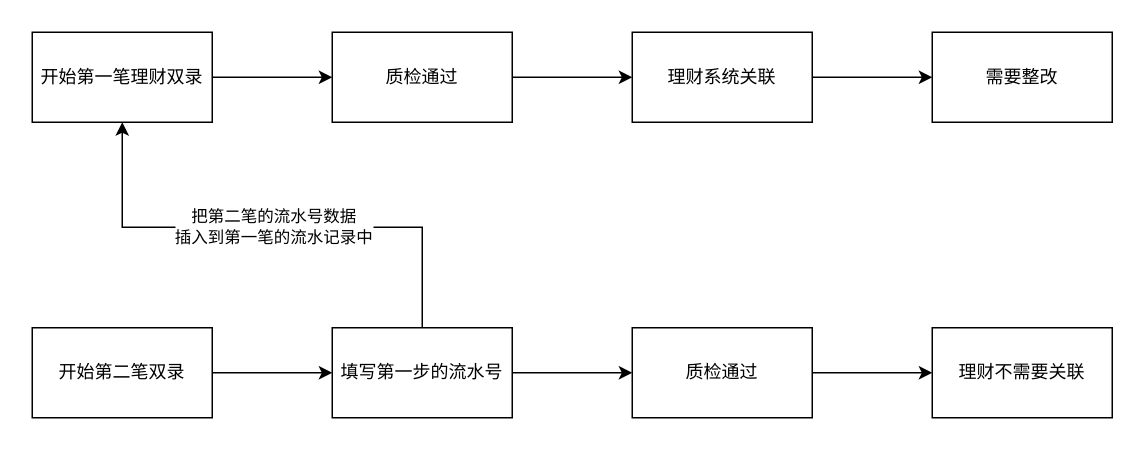
This is 理财双录整改_临时.drawio from zhoumingjia/drawio, a draw.io file, before an edit. Source tidied: cells renumbered, new cells numbered last; positions are measured from the earlier drawing's top-left corner, leaving out a move shared by most shapes. Both pictures are drawn from the tidied source at 150%, with x=0, y=0 at pixel (32, 32).
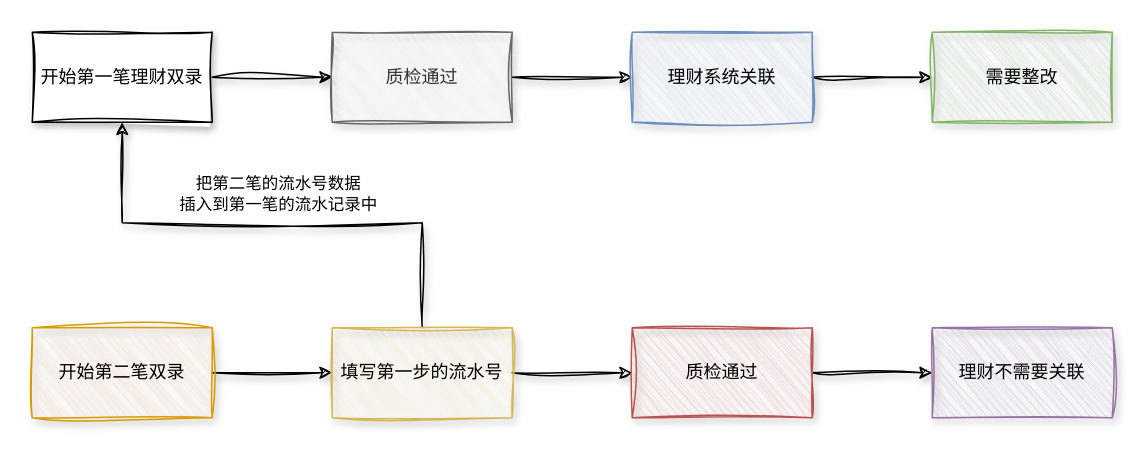
The same page after the edit.

Commit message:
更新理财双录整改_临时.drawio

Diff of the diagram source:
```diff
@@
-    <mxCell id="2" style="edgeStyle=orthogonalEdgeStyle;rounded=0;jettySize=auto;html=1;" parent="1" edge="1" source="3" target="5">
+    <mxCell id="2" style="edgeStyle=orthogonalEdgeStyle;rounded=0;jettySize=auto;html=1;sketch=1;curveFitting=1;jiggle=2;shadow=1;" parent="1" edge="1" source="3" target="5">
       <mxGeometry relative="1" as="geometry" />
     </mxCell>
-    <mxCell id="3" value="开始第一笔理财双录" style="rounded=0;whiteSpace=wrap;html=1;" parent="1" vertex="1">
+    <mxCell id="3" value="开始第一笔理财双录" style="rounded=0;whiteSpace=wrap;html=1;sketch=1;curveFitting=1;jiggle=2;shadow=1;flipH=0;flipV=1;" parent="1" vertex="1">
       <mxGeometry width="120" height="60" as="geometry" />
     </mxCell>
-    <mxCell id="4" style="edgeStyle=orthogonalEdgeStyle;rounded=0;jettySize=auto;html=1;" parent="1" edge="1" source="5" target="7">
+    <mxCell id="4" style="edgeStyle=orthogonalEdgeStyle;rounded=0;jettySize=auto;html=1;sketch=1;curveFitting=1;jiggle=2;shadow=1;" parent="1" edge="1" source="5" target="7">
       <mxGeometry relative="1" as="geometry" />
     </mxCell>
-    <mxCell id="5" value="质检通过" style="whiteSpace=wrap;html=1;rounded=0;" parent="1" vertex="1">
+    <mxCell id="5" value="质检通过" style="whiteSpace=wrap;html=1;rounded=0;sketch=1;curveFitting=1;jiggle=2;shadow=1;fillColor=#f5f5f5;fontColor=#333333;strokeColor=#666666;flipH=0;flipV=1;" parent="1" vertex="1">
       <mxGeometry x="200" width="120" height="60" as="geometry" />
     </mxCell>
-    <mxCell id="6" style="edgeStyle=orthogonalEdgeStyle;rounded=0;jettySize=auto;html=1;" parent="1" edge="1" source="7" target="10">
+    <mxCell id="6" style="edgeStyle=orthogonalEdgeStyle;rounded=0;jettySize=auto;html=1;sketch=1;curveFitting=1;jiggle=2;shadow=1;" parent="1" edge="1" source="7" target="10">
       <mxGeometry relative="1" as="geometry" />
     </mxCell>
-    <mxCell id="7" value="理财系统关联" style="whiteSpace=wrap;html=1;rounded=0;" parent="1" vertex="1">
+    <mxCell id="7" value="理财系统关联" style="whiteSpace=wrap;html=1;rounded=0;sketch=1;curveFitting=1;jiggle=2;shadow=1;fillColor=#dae8fc;strokeColor=#6c8ebf;flipH=0;flipV=1;" parent="1" vertex="1">
       <mxGeometry x="400" width="120" height="60" as="geometry" />
     </mxCell>
-    <mxCell id="8" style="edgeStyle=orthogonalEdgeStyle;rounded=0;jettySize=auto;html=1;" parent="1" edge="1" source="9" target="14">
+    <mxCell id="8" style="edgeStyle=orthogonalEdgeStyle;rounded=0;jettySize=auto;html=1;sketch=1;curveFitting=1;jiggle=2;shadow=1;" parent="1" edge="1" source="9" target="14">
       <mxGeometry relative="1" as="geometry" />
     </mxCell>
-    <mxCell id="9" value="开始第二笔双录" style="rounded=0;whiteSpace=wrap;html=1;" parent="1" vertex="1">
+    <mxCell id="9" value="开始第二笔双录" style="rounded=0;whiteSpace=wrap;html=1;sketch=1;curveFitting=1;jiggle=2;shadow=1;fillColor=#ffe6cc;strokeColor=#d79b00;flipH=0;flipV=1;" parent="1" vertex="1">
       <mxGeometry y="197" width="120" height="60" as="geometry" />
     </mxCell>
-    <mxCell id="10" value="需要整改" style="whiteSpace=wrap;html=1;rounded=0;" parent="1" vertex="1">
+    <mxCell id="10" value="需要整改" style="whiteSpace=wrap;html=1;rounded=0;sketch=1;curveFitting=1;jiggle=2;shadow=1;fillColor=#d5e8d4;strokeColor=#82b366;flipH=0;flipV=1;" parent="1" vertex="1">
       <mxGeometry x="600" width="120" height="60" as="geometry" />
     </mxCell>
-    <mxCell id="11" style="edgeStyle=orthogonalEdgeStyle;rounded=0;jettySize=auto;html=1;" parent="1" edge="1" source="14" target="16">
+    <mxCell id="11" style="edgeStyle=orthogonalEdgeStyle;rounded=0;jettySize=auto;html=1;sketch=1;curveFitting=1;jiggle=2;shadow=1;" parent="1" edge="1" source="14" target="16">
       <mxGeometry relative="1" as="geometry" />
     </mxCell>
-    <mxCell id="12" style="edgeStyle=orthogonalEdgeStyle;rounded=0;jettySize=auto;html=1;entryX=0.5;entryY=1;entryDx=0;entryDy=0;" parent="1" edge="1" source="14" target="3">
+    <mxCell id="12" style="edgeStyle=orthogonalEdgeStyle;rounded=0;jettySize=auto;html=1;sketch=1;curveFitting=1;jiggle=2;shadow=1;entryX=0.5;entryY=0;entryDx=0;entryDy=0;entryPerimeter=0;" parent="1" edge="1" source="14" target="3">
       <mxGeometry relative="1" as="geometry">
         <Array as="points">
-          <mxPoint x="260" y="130" />
-          <mxPoint x="60" y="130" />
+          <mxPoint x="260" y="127" />
+          <mxPoint x="60" y="127" />
         </Array>
       </mxGeometry>
     </mxCell>
     <mxCell id="13" value="把第二笔的流水号数据&lt;div&gt;插入到第一笔的流水记录中&lt;/div&gt;" style="edgeLabel;html=1;align=center;verticalAlign=middle;" parent="12" vertex="1">
       <mxGeometry x="0.12" y="-1" relative="1" as="geometry">
-        <mxPoint x="22" as="offset" />
+        <mxPoint x="22" y="-19" as="offset" />
       </mxGeometry>
     </mxCell>
-    <mxCell id="14" value="填写第一步的流水号" style="whiteSpace=wrap;html=1;rounded=0;" parent="1" vertex="1">
+    <mxCell id="14" value="填写第一步的流水号" style="whiteSpace=wrap;html=1;rounded=0;sketch=1;curveFitting=1;jiggle=2;shadow=1;fillColor=#fff2cc;strokeColor=#d6b656;flipH=0;flipV=1;" parent="1" vertex="1">
       <mxGeometry x="200" y="197" width="120" height="60" as="geometry" />
     </mxCell>
-    <mxCell id="15" style="edgeStyle=orthogonalEdgeStyle;rounded=0;jettySize=auto;html=1;" parent="1" edge="1" source="16" target="17">
+    <mxCell id="15" style="edgeStyle=orthogonalEdgeStyle;rounded=0;jettySize=auto;html=1;sketch=1;curveFitting=1;jiggle=2;shadow=1;" parent="1" edge="1" source="16" target="17">
       <mxGeometry relative="1" as="geometry" />
     </mxCell>
-    <mxCell id="16" value="质检通过" style="whiteSpace=wrap;html=1;rounded=0;" parent="1" vertex="1">
+    <mxCell id="16" value="质检通过" style="whiteSpace=wrap;html=1;rounded=0;sketch=1;curveFitting=1;jiggle=2;shadow=1;fillColor=#f8cecc;strokeColor=#b85450;flipH=0;flipV=1;" parent="1" vertex="1">
       <mxGeometry x="400" y="197" width="120" height="60" as="geometry" />
     </mxCell>
-    <mxCell id="17" value="理财不需要关联" style="whiteSpace=wrap;html=1;rounded=0;" parent="1" vertex="1">
+    <mxCell id="17" value="理财不需要关联" style="whiteSpace=wrap;html=1;rounded=0;sketch=1;curveFitting=1;jiggle=2;shadow=1;fillColor=#e1d5e7;strokeColor=#9673a6;flipH=0;flipV=1;" parent="1" vertex="1">
       <mxGeometry x="600" y="197" width="120" height="60" as="geometry" />
     </mxCell>
```
